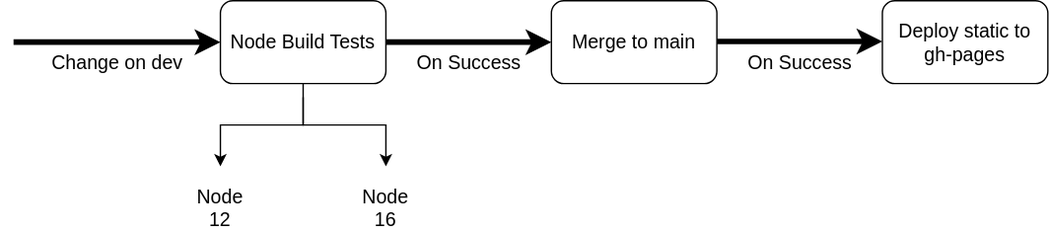
Before: assets/fullprocess.svg, a diagram exported from draw.io (williamng95/fintech-devops). Source tidied: cells renumbered, new cells last; positions are measured from the earlier drawing's top-left corner, leaving out a move shared by most shapes.
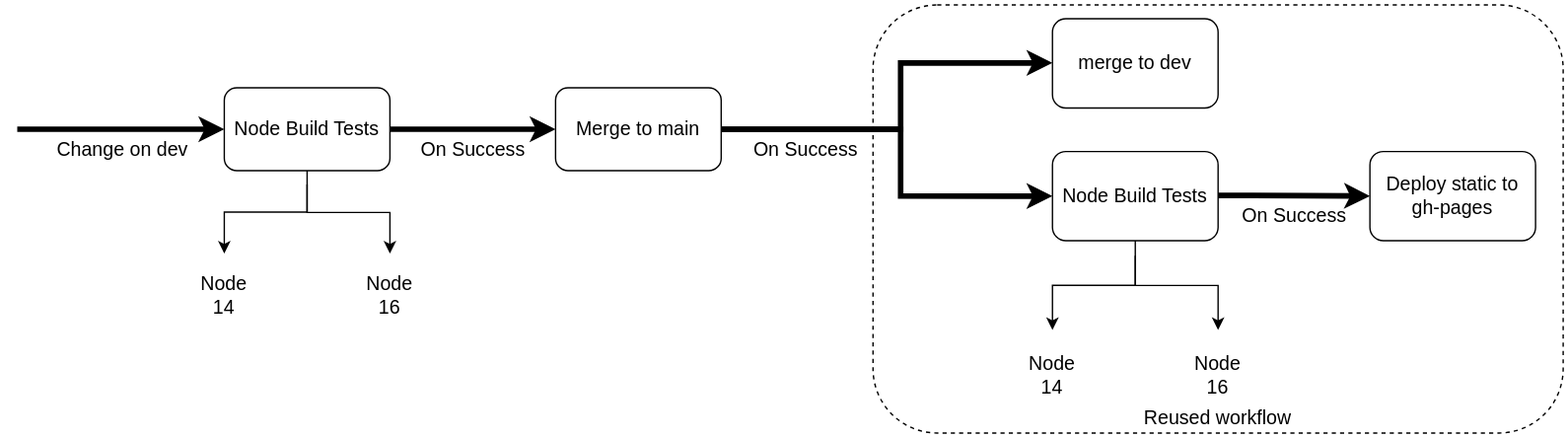
The same diagram one commit later.

Diff of the diagram source:
```diff
@@ -3,52 +3,99 @@
     <mxCell id="0" />
     <mxCell id="1" parent="0" />
     <mxCell id="2" style="group;" parent="1" vertex="1">
-      <mxGeometry width="750" height="160" as="geometry" />
+      <mxGeometry width="1120" height="310" as="geometry" />
     </mxCell>
     <mxCell id="3" value="Change on dev" style="endArrow=classic;html=1;strokeColor=#000000;strokeWidth=4;labelPosition=center;verticalLabelPosition=top;align=center;verticalAlign=top;fontSize=14;labelBackgroundColor=none;" parent="2" edge="1">
       <mxGeometry relative="1" as="geometry">
-        <mxPoint y="30" as="sourcePoint" />
-        <mxPoint x="150" y="30" as="targetPoint" />
+        <mxPoint y="90" as="sourcePoint" />
+        <mxPoint x="150" y="90" as="targetPoint" />
       </mxGeometry>
     </mxCell>
     <mxCell id="4" value="Node Build Tests" style="rounded=1;whiteSpace=wrap;html=1;fontSize=14;labelBackgroundColor=none;" parent="2" vertex="1">
-      <mxGeometry x="150" width="120" height="60" as="geometry" />
+      <mxGeometry x="150" y="60" width="120" height="60" as="geometry" />
     </mxCell>
     <mxCell id="5" value="Merge to main" style="rounded=1;whiteSpace=wrap;html=1;fontSize=14;labelBackgroundColor=none;" parent="2" vertex="1">
-      <mxGeometry x="390" width="120" height="60" as="geometry" />
+      <mxGeometry x="390" y="60" width="120" height="60" as="geometry" />
     </mxCell>
     <mxCell id="6" value="On Success" style="edgeStyle=orthogonalEdgeStyle;curved=1;jettySize=auto;html=1;endArrow=classic;endFill=1;strokeColor=#000000;strokeWidth=4;fontSize=14;labelPosition=center;verticalLabelPosition=top;align=center;verticalAlign=top;labelBackgroundColor=none;" parent="2" edge="1" source="4" target="5">
       <mxGeometry relative="1" as="geometry" />
     </mxCell>
     <mxCell id="7" style="edgeStyle=elbowEdgeStyle;elbow=vertical;html=1;rounded=0;labelBackgroundColor=none;" parent="2" edge="1">
       <mxGeometry relative="1" as="geometry">
-        <mxPoint x="210" y="70" as="sourcePoint" />
-        <mxPoint x="150" y="120" as="targetPoint" />
+        <mxPoint x="210" y="130" as="sourcePoint" />
+        <mxPoint x="150" y="180" as="targetPoint" />
         <Array as="points">
-          <mxPoint x="180" y="90" />
+          <mxPoint x="180" y="150" />
         </Array>
       </mxGeometry>
     </mxCell>
     <mxCell id="8" style="edgeStyle=elbowEdgeStyle;elbow=vertical;html=1;rounded=0;labelBackgroundColor=none;" parent="2" edge="1">
       <mxGeometry relative="1" as="geometry">
-        <mxPoint x="210" y="60" as="sourcePoint" />
-        <mxPoint x="270" y="120" as="targetPoint" />
+        <mxPoint x="210" y="120" as="sourcePoint" />
+        <mxPoint x="270" y="180" as="targetPoint" />
       </mxGeometry>
     </mxCell>
-    <mxCell id="9" value="Node 12" style="text;html=1;strokeColor=none;fillColor=none;align=center;verticalAlign=middle;whiteSpace=wrap;rounded=0;fontSize=14;labelBackgroundColor=none;" parent="2" vertex="1">
-      <mxGeometry x="130" y="140" width="40" height="20" as="geometry" />
+    <mxCell id="9" value="Node 14" style="text;html=1;strokeColor=none;fillColor=none;align=center;verticalAlign=middle;whiteSpace=wrap;rounded=0;fontSize=14;labelBackgroundColor=none;" parent="2" vertex="1">
+      <mxGeometry x="130" y="200" width="40" height="20" as="geometry" />
     </mxCell>
     <mxCell id="10" value="Node 16" style="text;html=1;strokeColor=none;fillColor=none;align=center;verticalAlign=middle;whiteSpace=wrap;rounded=0;fontSize=14;labelBackgroundColor=none;" parent="2" vertex="1">
-      <mxGeometry x="250" y="140" width="40" height="20" as="geometry" />
+      <mxGeometry x="250" y="200" width="40" height="20" as="geometry" />
     </mxCell>
-    <mxCell id="11" value="On Success" style="edgeStyle=orthogonalEdgeStyle;curved=1;orthogonalLoop=1;jettySize=auto;html=1;endArrow=classic;endFill=1;strokeColor=#000000;strokeWidth=4;fontSize=14;labelPosition=center;verticalLabelPosition=top;align=center;verticalAlign=top;labelBackgroundColor=none;" parent="2" edge="1">
-      <mxGeometry relative="1" as="geometry">
-        <mxPoint x="510" y="29.5" as="sourcePoint" />
-        <mxPoint x="630" y="29.5" as="targetPoint" />
-      </mxGeometry>
+    <mxCell id="11" value="merge to dev" style="rounded=1;whiteSpace=wrap;html=1;fontSize=14;" parent="2" vertex="1">
+      <mxGeometry x="750" y="10" width="120" height="64.6" as="geometry" />
     </mxCell>
-    <mxCell id="12" value="Deploy static to gh-pages" style="rounded=1;whiteSpace=wrap;html=1;fontSize=14;" parent="2" vertex="1">
-      <mxGeometry x="630" width="120" height="60" as="geometry" />
+    <mxCell id="12" value="On Success" style="edgeStyle=orthogonalEdgeStyle;rounded=0;jettySize=auto;html=1;strokeWidth=4;verticalAlign=top;fontSize=14;entryX=0;entryY=0.5;entryDx=0;entryDy=0;exitX=1;exitY=0.5;exitDx=0;exitDy=0;" parent="2" edge="1" source="5" target="11">
+      <mxGeometry x="-0.57" relative="1" as="geometry">
+        <Array as="points">
+          <mxPoint x="640" y="90" />
+          <mxPoint x="640" y="42" />
+          <mxPoint x="750" y="42" />
+        </Array>
+      </mxGeometry>
     </mxCell>
+    <mxCell id="13" style="edgeStyle=orthogonalEdgeStyle;rounded=0;jettySize=auto;html=1;strokeWidth=4;verticalAlign=top;fontSize=14;entryX=0;entryY=0.5;entryDx=0;entryDy=0;exitX=1;exitY=0.5;exitDx=0;exitDy=0;" parent="2" edge="1" source="5">
+      <mxGeometry x="-0.52" relative="1" as="geometry">
+        <mxPoint x="750" y="138.5" as="targetPoint" />
+        <Array as="points">
+          <mxPoint x="640" y="90" />
+          <mxPoint x="640" y="139" />
+        </Array>
+      </mxGeometry>
+    </mxCell>
+    <mxCell id="14" value="Deploy static to gh-pages" style="rounded=1;whiteSpace=wrap;html=1;fontSize=14;" parent="2" vertex="1">
+      <mxGeometry x="980" y="106.2" width="120" height="64.6" as="geometry" />
+    </mxCell>
+    <mxCell id="15" value="Node Build Tests" style="rounded=1;whiteSpace=wrap;html=1;fontSize=14;labelBackgroundColor=none;" parent="2" vertex="1">
+      <mxGeometry x="750" y="106.2" width="120" height="64.6" as="geometry" />
+    </mxCell>
+    <mxCell id="16" style="edgeStyle=elbowEdgeStyle;elbow=vertical;html=1;rounded=0;labelBackgroundColor=none;" parent="2" edge="1">
+      <mxGeometry relative="1" as="geometry">
+        <mxPoint x="810" y="181.5" as="sourcePoint" />
+        <mxPoint x="750" y="235.4" as="targetPoint" />
+        <Array as="points">
+          <mxPoint x="780" y="203.1" />
+        </Array>
+      </mxGeometry>
+    </mxCell>
+    <mxCell id="17" style="edgeStyle=elbowEdgeStyle;elbow=vertical;html=1;rounded=0;labelBackgroundColor=none;" parent="2" edge="1">
+      <mxGeometry relative="1" as="geometry">
+        <mxPoint x="810" y="170.8" as="sourcePoint" />
+        <mxPoint x="870" y="235.4" as="targetPoint" />
+      </mxGeometry>
+    </mxCell>
+    <mxCell id="18" value="Node 14" style="text;html=1;strokeColor=none;fillColor=none;align=center;verticalAlign=middle;whiteSpace=wrap;rounded=0;fontSize=14;labelBackgroundColor=none;" parent="2" vertex="1">
+      <mxGeometry x="730" y="256.9" width="40" height="21.5" as="geometry" />
+    </mxCell>
+    <mxCell id="19" value="Node 16" style="text;html=1;strokeColor=none;fillColor=none;align=center;verticalAlign=middle;whiteSpace=wrap;rounded=0;fontSize=14;labelBackgroundColor=none;" parent="2" vertex="1">
+      <mxGeometry x="850" y="256.9" width="40" height="21.5" as="geometry" />
+    </mxCell>
+    <mxCell id="20" value="On Success" style="edgeStyle=orthogonalEdgeStyle;curved=1;jettySize=auto;html=1;endArrow=classic;endFill=1;strokeColor=#000000;strokeWidth=4;fontSize=14;labelPosition=center;verticalLabelPosition=top;align=center;verticalAlign=top;labelBackgroundColor=none;entryX=0;entryY=0.5;entryDx=0;entryDy=0;" parent="2" edge="1" target="14">
+      <mxGeometry relative="1" as="geometry">
+        <mxPoint x="870" y="137.9" as="sourcePoint" />
+      </mxGeometry>
+    </mxCell>
+    <mxCell id="21" value="Reused workflow" style="rounded=1;whiteSpace=wrap;html=1;fontSize=14;fillColor=none;verticalAlign=bottom;dashed=1;" parent="2" vertex="1">
+      <mxGeometry x="620" width="500" height="310" as="geometry" />
+    </mxCell>
   </root>
 </mxGraphModel>
```
